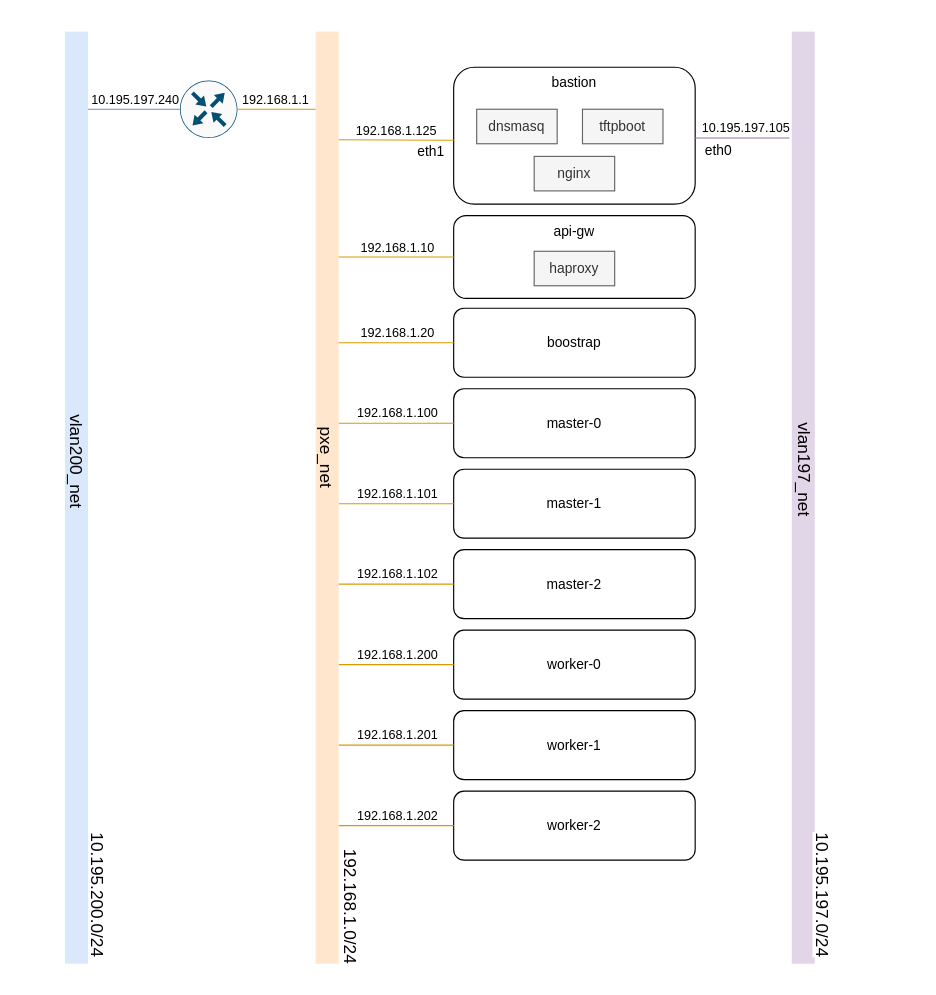
The draw.io diagram images/ocp-pxe.drawio in adetalhouet/ocp-pxe, before the edit. Source tidied: cells renumbered, new cells numbered last; positions are measured from the earlier drawing's top-left corner, leaving out a move shared by most shapes. Both pictures are drawn from the tidied source at 115%, with x=0, y=0 at pixel (20, 20).
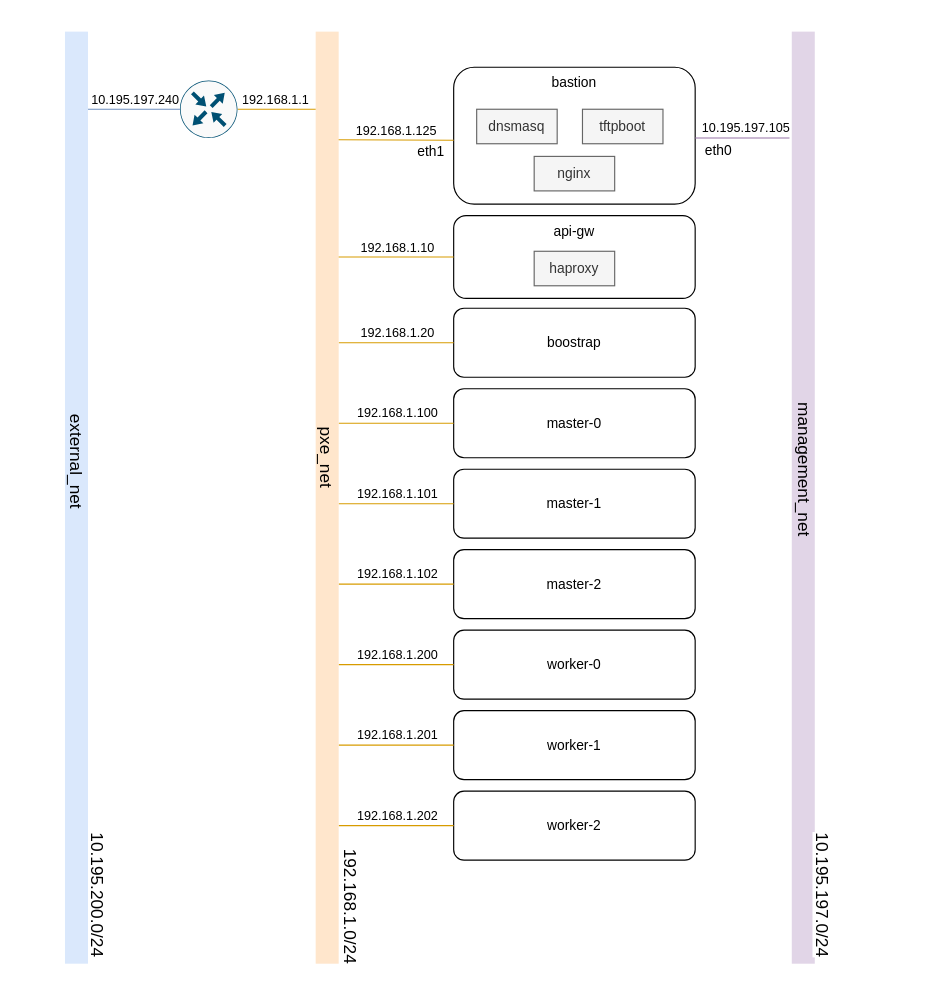
The same diagram, later.

Diff of the diagram source:
```diff
@@
-    <mxCell id="39" value="&lt;span style=&quot;font-size: 15px&quot;&gt;vlan200_net&lt;/span&gt;" style="text;html=1;align=center;verticalAlign=middle;rotation=90;fontSize=15;" parent="1" vertex="1">
+    <mxCell id="39" value="&lt;span style=&quot;font-size: 15px&quot;&gt;external_net&lt;/span&gt;" style="text;html=1;align=center;verticalAlign=middle;rotation=90;fontSize=15;" parent="1" vertex="1">
       <mxGeometry y="373.5" width="100" height="20" as="geometry" />
     </mxCell>
@@
-    <mxCell id="50" value="&lt;span style=&quot;font-size: 15px&quot;&gt;vlan197_net&lt;/span&gt;" style="text;html=1;align=center;verticalAlign=middle;rotation=90;fontSize=15;" parent="1" vertex="1">
-      <mxGeometry x="633" y="380.5" width="100" height="20" as="geometry" />
+    <mxCell id="50" value="&lt;span style=&quot;font-size: 15px&quot;&gt;management_net&lt;/span&gt;" style="text;html=1;align=center;verticalAlign=middle;rotation=90;fontSize=15;" parent="1" vertex="1">
+      <mxGeometry x="618" y="380.5" width="130" height="20" as="geometry" />
     </mxCell>
```
